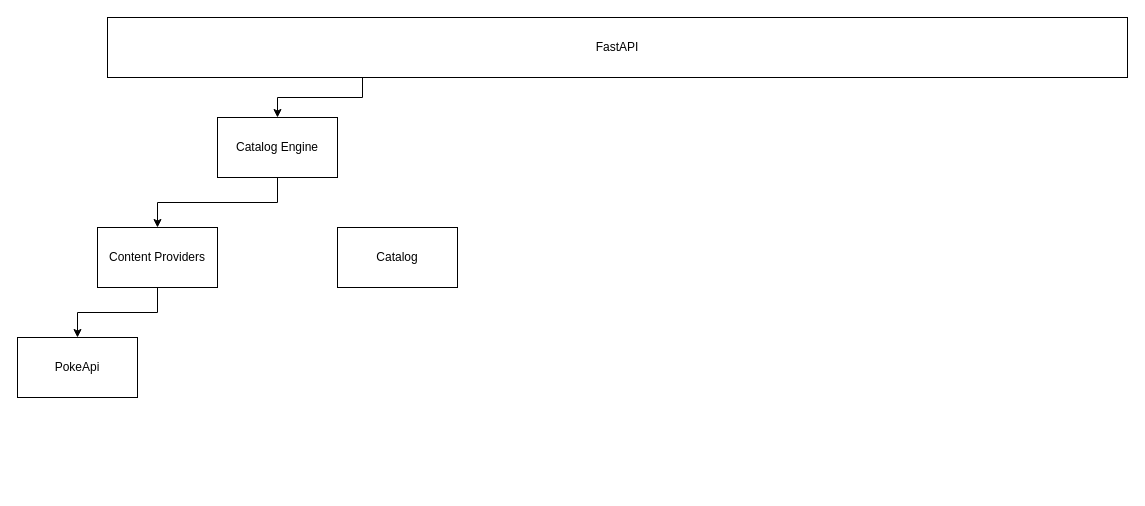
Above: Diagram.drawio in frbelotto/Subscription_Control (draw.io), before the change. Source tidied: cells renumbered, new cells numbered last; positions are measured from the earlier drawing's top-left corner, leaving out a move shared by most shapes. Both pictures are drawn from the tidied source at 100%, with x=0, y=0 at pixel (17, 17).
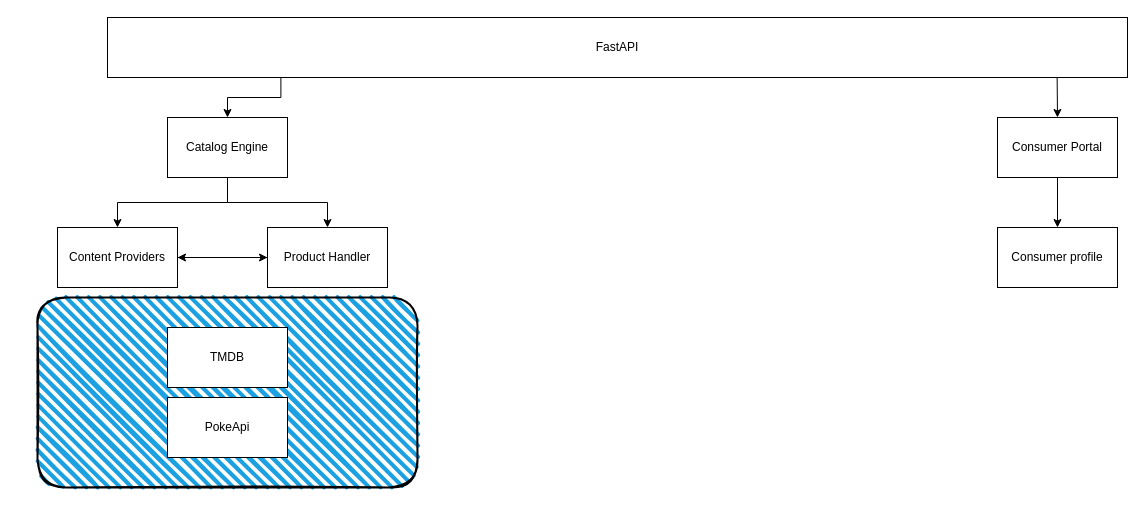
After the change.

Diff of the diagram source:
```diff
@@
-<mxGraphModel>
+<mxGraphModel background="#ffffff">
   <root>
     <mxCell id="0" />
     <mxCell id="1" parent="0" />
+    <mxCell id="10" style="rounded=1;whiteSpace=wrap;html=1;strokeWidth=2;fillWeight=4;hachureGap=8;hachureAngle=45;fillColor=#1ba1e2;sketch=1;" parent="1" vertex="1">
+      <mxGeometry x="20" y="280" width="380" height="190" as="geometry" />
+    </mxCell>
     <mxCell id="2" style="edgeStyle=orthogonalEdgeStyle;rounded=0;jettySize=auto;html=1;exitX=0.5;exitY=1;exitDx=0;exitDy=0;" parent="1" edge="1" source="3" target="5">
       <mxGeometry relative="1" as="geometry" />
     </mxCell>
+    <mxCell id="11" style="edgeStyle=orthogonalEdgeStyle;rounded=0;jettySize=auto;html=1;" parent="1" edge="1" source="3" target="6">
+      <mxGeometry relative="1" as="geometry" />
+    </mxCell>
     <mxCell id="3" value="Catalog Engine" style="rounded=0;whiteSpace=wrap;html=1;" parent="1" vertex="1">
-      <mxGeometry x="200" y="100" width="120" height="60" as="geometry" />
+      <mxGeometry x="150" y="100" width="120" height="60" as="geometry" />
     </mxCell>
-    <mxCell id="4" style="edgeStyle=orthogonalEdgeStyle;rounded=0;jettySize=auto;html=1;exitX=0.5;exitY=1;exitDx=0;exitDy=0;" parent="1" edge="1" source="5" target="7">
-      <mxGeometry relative="1" as="geometry" />
-    </mxCell>
+    <mxCell id="12" style="edgeStyle=orthogonalEdgeStyle;rounded=0;jettySize=auto;html=1;" parent="1" edge="1" source="5" target="6">
+      <mxGeometry relative="1" as="geometry" />
+    </mxCell>
     <mxCell id="5" value="Content Providers" style="rounded=0;whiteSpace=wrap;html=1;" parent="1" vertex="1">
-      <mxGeometry x="80" y="210" width="120" height="60" as="geometry" />
+      <mxGeometry x="40" y="210" width="120" height="60" as="geometry" />
     </mxCell>
+    <mxCell id="13" style="edgeStyle=orthogonalEdgeStyle;rounded=0;jettySize=auto;html=1;" parent="1" edge="1" source="6" target="5">
+      <mxGeometry relative="1" as="geometry" />
+    </mxCell>
+    <mxCell id="14" style="edgeStyle=orthogonalEdgeStyle;rounded=0;orthogonalLoop=1;jettySize=auto;html=1;exitX=0.5;exitY=0;exitDx=0;exitDy=0;entryX=0.5;entryY=0;entryDx=0;entryDy=0;" parent="1" edge="1" source="6" target="6">
+      <mxGeometry relative="1" as="geometry" />
+    </mxCell>
-    <mxCell id="6" value="Catalog" style="rounded=0;whiteSpace=wrap;html=1;" parent="1" vertex="1">
-      <mxGeometry x="320" y="210" width="120" height="60" as="geometry" />
+    <mxCell id="6" value="Product Handler" style="rounded=0;whiteSpace=wrap;html=1;" parent="1" vertex="1">
+      <mxGeometry x="250" y="210" width="120" height="60" as="geometry" />
     </mxCell>
     <mxCell id="7" value="PokeApi" style="rounded=0;whiteSpace=wrap;html=1;" parent="1" vertex="1">
-      <mxGeometry y="320" width="120" height="60" as="geometry" />
+      <mxGeometry x="150" y="380" width="120" height="60" as="geometry" />
     </mxCell>
-    <mxCell id="8" style="edgeStyle=orthogonalEdgeStyle;rounded=0;jettySize=auto;html=1;exitX=0.25;exitY=1;exitDx=0;exitDy=0;" parent="1" edge="1" source="9" target="3">
+    <mxCell id="8" style="edgeStyle=orthogonalEdgeStyle;rounded=0;jettySize=auto;html=1;exitX=0.17;exitY=0.95;exitDx=0;exitDy=0;exitPerimeter=0;" parent="1" edge="1" source="9" target="3">
       <mxGeometry relative="1" as="geometry" />
     </mxCell>
+    <mxCell id="15" style="edgeStyle=none;html=1;entryX=0.5;entryY=0;entryDx=0;entryDy=0;exitX=0.931;exitY=0.95;exitDx=0;exitDy=0;exitPerimeter=0;" parent="1" edge="1" source="9" target="18">
+      <mxGeometry relative="1" as="geometry" />
+    </mxCell>
     <mxCell id="9" value="FastAPI" style="rounded=0;whiteSpace=wrap;html=1;" parent="1" vertex="1">
       <mxGeometry x="90" width="1020" height="60" as="geometry" />
     </mxCell>
+    <mxCell id="16" value="TMDB" style="rounded=0;whiteSpace=wrap;html=1;" parent="1" vertex="1">
+      <mxGeometry x="150" y="310" width="120" height="60" as="geometry" />
+    </mxCell>
+    <mxCell id="17" style="edgeStyle=orthogonalEdgeStyle;rounded=0;jettySize=auto;html=1;" parent="1" edge="1" source="18" target="19">
+      <mxGeometry relative="1" as="geometry" />
+    </mxCell>
+    <mxCell id="18" value="Consumer Portal" style="whiteSpace=wrap;html=1;rounded=0;" parent="1" vertex="1">
+      <mxGeometry x="980" y="100" width="120" height="60" as="geometry" />
+    </mxCell>
+    <mxCell id="19" value="Consumer profile" style="whiteSpace=wrap;html=1;rounded=0;" parent="1" vertex="1">
+      <mxGeometry x="980" y="210" width="120" height="60" as="geometry" />
+    </mxCell>
   </root>
 </mxGraphModel>
```
